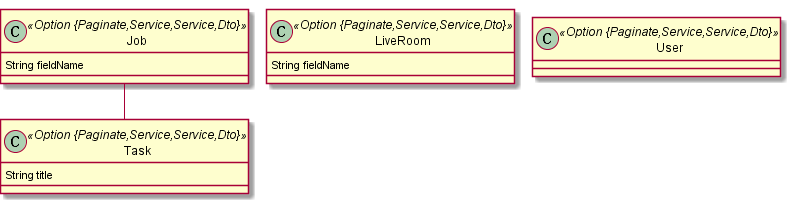
Before: models/uaav1.png, a diagram exported from PlantUML (lsfoo/share-task). The source it was exported from:
```plantuml
@startuml
	!pragma graphviz_dot jdot
	!pragma syntax class
	class Task <<Option {Paginate,Service,Service,Dto}>> {
		String title
	}
	class Job <<Option {Paginate,Service,Service,Dto}>> {
		String fieldName
	}
	Job  "task(title) 0..* " o-- "0..1 "  Task
	class LiveRoom <<Option {Paginate,Service,Service,Dto}>> {
		String fieldName
	}
	class User <<Option {Paginate,Service,Service,Dto}>> {
	}
@enduml
```
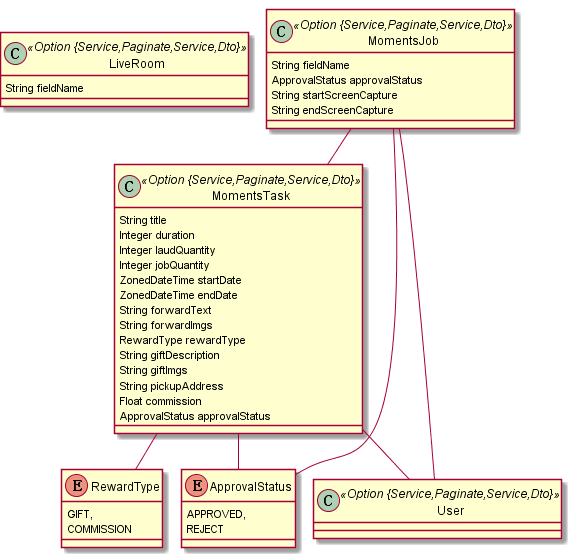
After the change.

Change to the diagram source:
```diff
@@ -1,16 +1,45 @@
 @startuml
 	!pragma graphviz_dot jdot
 	!pragma syntax class
-	class Task <<Option {Paginate,Service,Service,Dto}>> {
-		String title
-	}
-	class Job <<Option {Paginate,Service,Service,Dto}>> {
+	class LiveRoom <<Option {Service,Paginate,Service,Dto}>> {
 		String fieldName
 	}
-	Job  "task(title) 0..* " o-- "0..1 "  Task
-	class LiveRoom <<Option {Paginate,Service,Service,Dto}>> {
+	class MomentsTask <<Option {Service,Paginate,Service,Dto}>> {
+		String title
+		Integer duration
+		Integer laudQuantity
+		Integer jobQuantity
+		ZonedDateTime startDate
+		ZonedDateTime endDate
+		String forwardText
+		String forwardImgs
+		RewardType rewardType
+		String giftDescription
+		String giftImgs
+		String pickupAddress
+		Float commission
+		ApprovalStatus approvalStatus
+	}
+	MomentsTask ..> RewardType
+	MomentsTask ..> ApprovalStatus
+	enum RewardType {
+		GIFT,
+		COMMISSION
+	}
+	enum ApprovalStatus {
+		APPROVED,
+		REJECT
+	}
+	class MomentsJob <<Option {Service,Paginate,Service,Dto}>> {
 		String fieldName
+		ApprovalStatus approvalStatus
+		String startScreenCapture
+		String endScreenCapture
 	}
-	class User <<Option {Paginate,Service,Service,Dto}>> {
+	MomentsJob ..> ApprovalStatus
+	MomentsJob  "task(title) 0..* " o-- "0..1 "  MomentsTask
+	MomentsTask  "user(login) 0..* " o-- "0..1 "  User
+	MomentsJob  "user(login) 0..* " o-- "0..1 "  User
+	class User <<Option {Service,Paginate,Service,Dto}>> {
 	}
 @enduml
```
